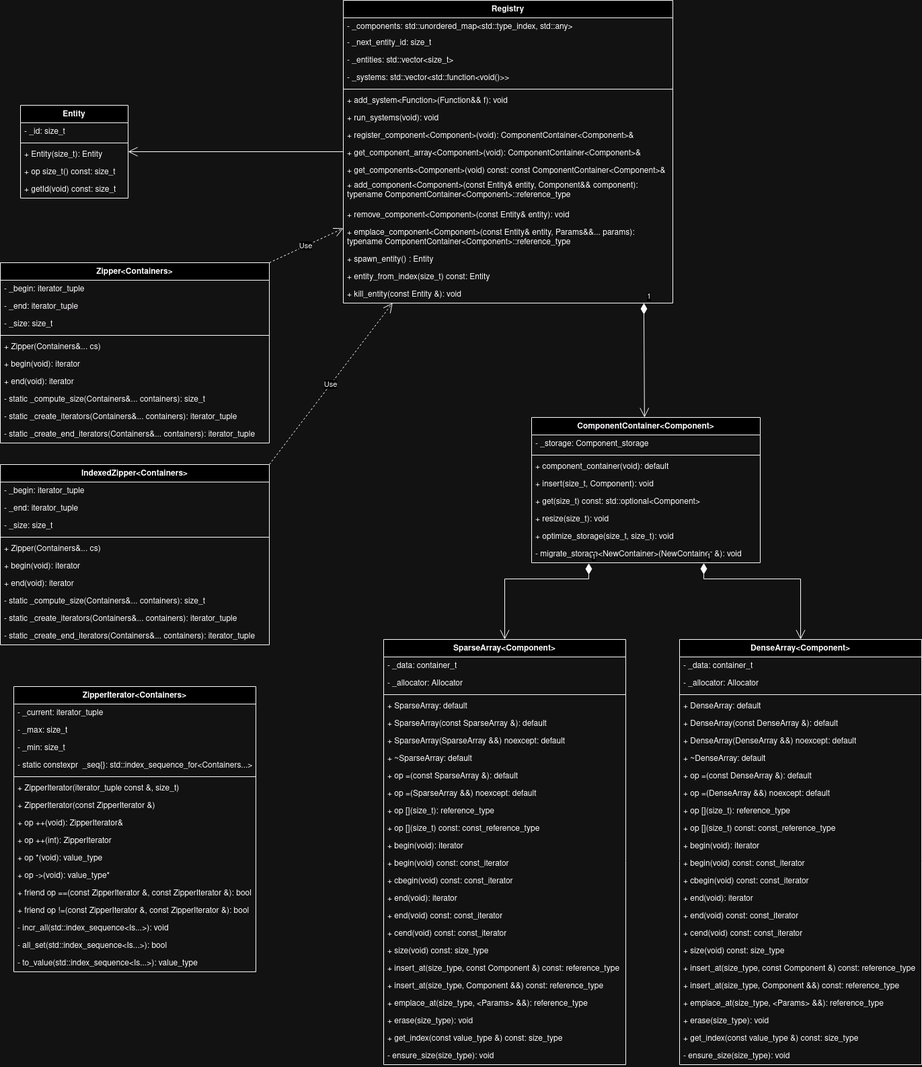
Above: docs/game_source/ECS/r-type-ECS.png in Hanra-s-work/rtype (draw.io), before the change. Source tidied: cells renumbered, new cells last; positions are measured from the earlier drawing's top-left corner, leaving out a move shared by most shapes.
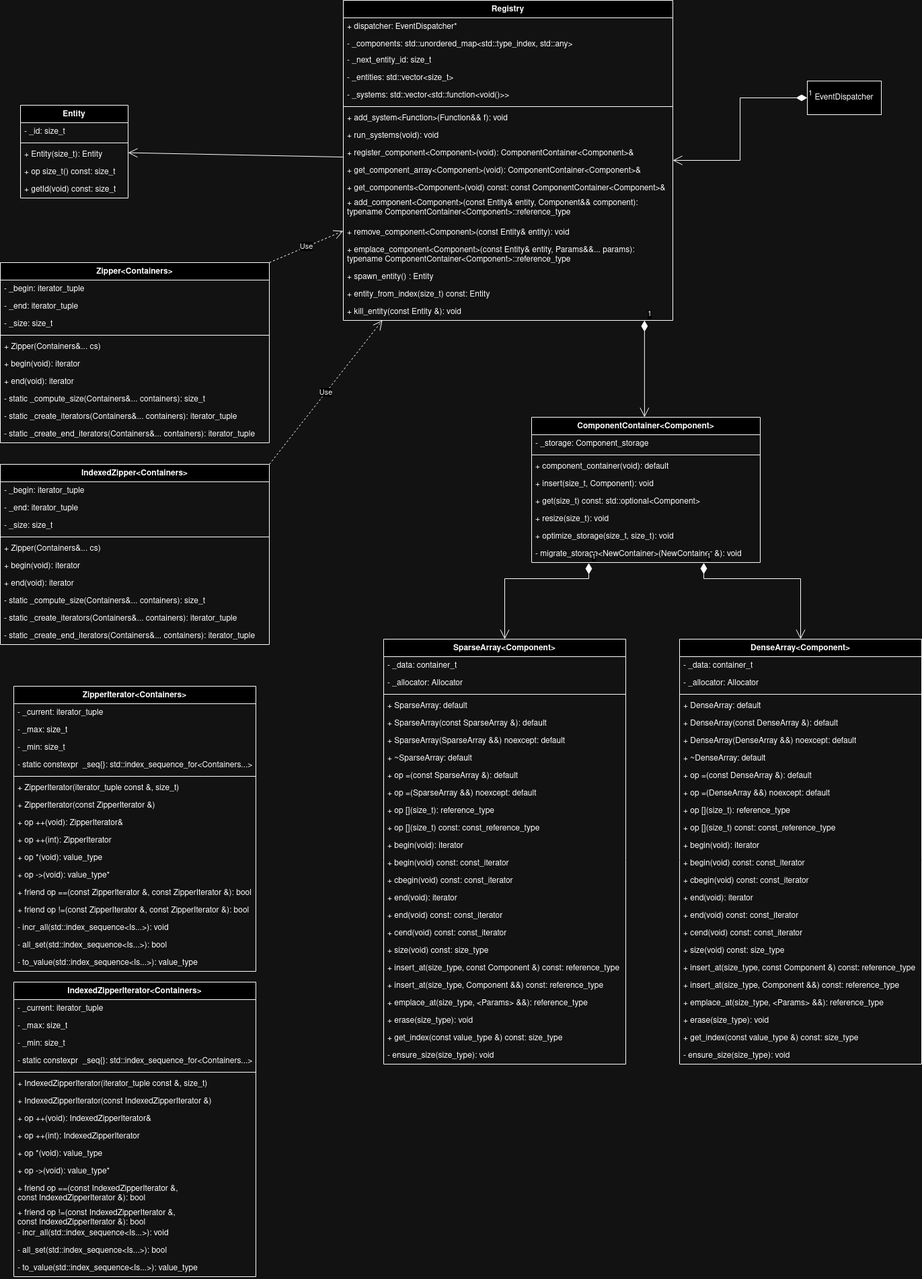
The same diagram one commit later.

Change to the diagram source:
```diff
@@ -96,55 +96,58 @@
       <mxGeometry y="606" width="360" height="26" as="geometry" />
     </mxCell>
     <mxCell id="33" value="Registry" style="swimlane;fontStyle=1;align=center;verticalAlign=top;horizontal=1;startSize=26;whiteSpace=wrap;html=1;" parent="1" vertex="1">
-      <mxGeometry x="510" width="490" height="450" as="geometry" />
+      <mxGeometry x="510" width="490" height="476" as="geometry" />
     </mxCell>
+    <mxCell id="129" value="+ dispatcher: EventDispatcher*" style="text;strokeColor=none;fillColor=none;align=left;verticalAlign=top;spacingLeft=4;spacingRight=4;overflow=hidden;whiteSpace=wrap;html=1;" parent="33" vertex="1">
+      <mxGeometry y="26" width="490" height="26" as="geometry" />
+    </mxCell>
     <mxCell id="34" value="- _components: std::unordered_map&amp;lt;std::type_index, std::any&amp;gt;" style="text;strokeColor=none;fillColor=none;align=left;verticalAlign=top;spacingLeft=4;spacingRight=4;overflow=hidden;whiteSpace=wrap;html=1;" parent="33" vertex="1">
-      <mxGeometry y="26" width="490" height="24" as="geometry" />
+      <mxGeometry y="52" width="490" height="24" as="geometry" />
     </mxCell>
     <mxCell id="35" value="- _next_entity_id: size_t" style="text;strokeColor=none;fillColor=none;align=left;verticalAlign=top;spacingLeft=4;spacingRight=4;overflow=hidden;whiteSpace=wrap;html=1;" parent="33" vertex="1">
-      <mxGeometry y="50" width="490" height="26" as="geometry" />
+      <mxGeometry y="76" width="490" height="26" as="geometry" />
     </mxCell>
     <mxCell id="36" value="- _entities: std::vector&amp;lt;size_t&amp;gt;" style="text;strokeColor=none;fillColor=none;align=left;verticalAlign=top;spacingLeft=4;spacingRight=4;overflow=hidden;whiteSpace=wrap;html=1;" parent="33" vertex="1">
-      <mxGeometry y="76" width="490" height="26" as="geometry" />
+      <mxGeometry y="102" width="490" height="26" as="geometry" />
     </mxCell>
     <mxCell id="37" value="- _systems: std::vector&amp;lt;std::function&amp;lt;&lt;span class=&quot;hljs-type&quot;&gt;void&lt;/span&gt;()&amp;gt;&amp;gt;" style="text;strokeColor=none;fillColor=none;align=left;verticalAlign=top;spacingLeft=4;spacingRight=4;overflow=hidden;whiteSpace=wrap;html=1;" parent="33" vertex="1">
-      <mxGeometry y="102" width="490" height="26" as="geometry" />
+      <mxGeometry y="128" width="490" height="26" as="geometry" />
     </mxCell>
     <mxCell id="38" style="line;strokeWidth=1;fillColor=none;align=left;verticalAlign=middle;spacingTop=-1;spacingLeft=3;spacingRight=3;labelPosition=right;strokeColor=inherit;" parent="33" vertex="1">
-      <mxGeometry y="128" width="490" height="8" as="geometry" />
+      <mxGeometry y="154" width="490" height="8" as="geometry" />
     </mxCell>
     <mxCell id="39" value="&lt;span class=&quot;hljs-type&quot;&gt;+ &lt;/span&gt;&lt;span class=&quot;hljs-title&quot;&gt;add_system&amp;lt;Function&amp;gt;&lt;/span&gt;&lt;span class=&quot;hljs-params&quot;&gt;(Function&amp;amp;&amp;amp; f): void&lt;br&gt;&lt;/span&gt;" style="text;strokeColor=none;fillColor=none;align=left;verticalAlign=top;spacingLeft=4;spacingRight=4;overflow=hidden;whiteSpace=wrap;html=1;" parent="33" vertex="1">
-      <mxGeometry y="136" width="490" height="26" as="geometry" />
+      <mxGeometry y="162" width="490" height="26" as="geometry" />
     </mxCell>
     <mxCell id="40" value="+ &lt;span class=&quot;hljs-title&quot;&gt;run_systems&lt;/span&gt;&lt;span class=&quot;hljs-params&quot;&gt;(void): void&lt;br&gt;&lt;/span&gt;" style="text;strokeColor=none;fillColor=none;align=left;verticalAlign=top;spacingLeft=4;spacingRight=4;overflow=hidden;whiteSpace=wrap;html=1;" parent="33" vertex="1">
-      <mxGeometry y="162" width="490" height="26" as="geometry" />
+      <mxGeometry y="188" width="490" height="26" as="geometry" />
     </mxCell>
     <mxCell id="41" value="&lt;span class=&quot;hljs-function&quot;&gt;+ &lt;/span&gt;&lt;span class=&quot;hljs-function&quot;&gt;&lt;span class=&quot;hljs-title&quot;&gt;register_component&lt;/span&gt;&lt;span class=&quot;hljs-params&quot;&gt;&amp;lt;Component&amp;gt;(void)&lt;/span&gt;&lt;/span&gt;&lt;span class=&quot;hljs-function&quot;&gt;: ComponentContainer&amp;lt;Component&amp;gt;&amp;amp;&lt;/span&gt;" style="text;strokeColor=none;fillColor=none;align=left;verticalAlign=top;spacingLeft=4;spacingRight=4;overflow=hidden;whiteSpace=wrap;html=1;" parent="33" vertex="1">
-      <mxGeometry y="188" width="490" height="26" as="geometry" />
+      <mxGeometry y="214" width="490" height="26" as="geometry" />
     </mxCell>
     <mxCell id="42" value="+ get_component_array&amp;lt;Component&amp;gt;(void): ComponentContainer&amp;lt;Component&amp;gt;&amp;amp;" style="text;strokeColor=none;fillColor=none;align=left;verticalAlign=top;spacingLeft=4;spacingRight=4;overflow=hidden;whiteSpace=wrap;html=1;" parent="33" vertex="1">
-      <mxGeometry y="214" width="490" height="26" as="geometry" />
+      <mxGeometry y="240" width="490" height="26" as="geometry" />
     </mxCell>
     <mxCell id="43" value="+ &lt;span class=&quot;hljs-title&quot;&gt;get_components&amp;lt;Component&amp;gt;&lt;/span&gt;&lt;span class=&quot;hljs-params&quot;&gt;(void)&lt;/span&gt; &lt;span class=&quot;hljs-type&quot;&gt;const&lt;/span&gt;: &lt;span class=&quot;hljs-type&quot;&gt;const&lt;/span&gt; ComponentContainer&amp;lt;Component&amp;gt;&amp;amp;" style="text;strokeColor=none;fillColor=none;align=left;verticalAlign=top;spacingLeft=4;spacingRight=4;overflow=hidden;whiteSpace=wrap;html=1;" parent="33" vertex="1">
-      <mxGeometry y="240" width="490" height="22" as="geometry" />
+      <mxGeometry y="266" width="490" height="22" as="geometry" />
     </mxCell>
     <mxCell id="44" value="+ &lt;span class=&quot;hljs-function&quot;&gt;&lt;span class=&quot;hljs-title&quot;&gt;add_component&lt;/span&gt;&lt;span class=&quot;hljs-params&quot;&gt;&amp;lt;Component&amp;gt;(&lt;span class=&quot;hljs-type&quot;&gt;const&lt;/span&gt; &lt;span class=&quot;hljs-type&quot;&gt;Entity&lt;/span&gt;&amp;amp; entity, Component&amp;amp;&amp;amp; component): &lt;/span&gt;&lt;/span&gt;&lt;span class=&quot;hljs-keyword&quot;&gt;typename&lt;/span&gt; ComponentContainer&amp;lt;Component&amp;gt;::&lt;span class=&quot;hljs-function&quot;&gt;reference_type&lt;/span&gt;" style="text;strokeColor=none;fillColor=none;align=left;verticalAlign=top;spacingLeft=4;spacingRight=4;overflow=hidden;whiteSpace=wrap;html=1;" parent="33" vertex="1">
-      <mxGeometry y="262" width="490" height="44" as="geometry" />
+      <mxGeometry y="288" width="490" height="44" as="geometry" />
     </mxCell>
     <mxCell id="45" value="+ &lt;span class=&quot;hljs-title&quot;&gt;remove_component&amp;lt;Component&amp;gt;&lt;/span&gt;&lt;span class=&quot;hljs-params&quot;&gt;(&lt;span class=&quot;hljs-type&quot;&gt;const&lt;/span&gt; &lt;span class=&quot;hljs-type&quot;&gt;Entity&lt;/span&gt;&amp;amp; entity): void&lt;br&gt;&lt;/span&gt;" style="text;strokeColor=none;fillColor=none;align=left;verticalAlign=top;spacingLeft=4;spacingRight=4;overflow=hidden;whiteSpace=wrap;html=1;" parent="33" vertex="1">
-      <mxGeometry y="306" width="490" height="26" as="geometry" />
+      <mxGeometry y="332" width="490" height="26" as="geometry" />
     </mxCell>
     <mxCell id="46" value="+ &lt;span class=&quot;hljs-function&quot;&gt;&lt;span class=&quot;hljs-title&quot;&gt;emplace_component&amp;lt;Component&amp;gt;&lt;/span&gt;&lt;span class=&quot;hljs-params&quot;&gt;(&lt;span class=&quot;hljs-type&quot;&gt;const&lt;/span&gt; Entity&amp;amp; entity, Params&amp;amp;&amp;amp;... params): &lt;/span&gt;&lt;/span&gt;&lt;span class=&quot;hljs-keyword&quot;&gt;typename&lt;/span&gt; ComponentContainer&amp;lt;Component&amp;gt;::&lt;span class=&quot;hljs-function&quot;&gt;reference_type&lt;/span&gt;" style="text;strokeColor=none;fillColor=none;align=left;verticalAlign=top;spacingLeft=4;spacingRight=4;overflow=hidden;whiteSpace=wrap;html=1;" parent="33" vertex="1">
-      <mxGeometry y="332" width="490" height="40" as="geometry" />
+      <mxGeometry y="358" width="490" height="40" as="geometry" />
     </mxCell>
     <mxCell id="47" value="+ &lt;span class=&quot;hljs-title&quot;&gt;spawn_entity&lt;/span&gt;&lt;span class=&quot;hljs-params&quot;&gt;() : Entity&lt;br&gt;&lt;/span&gt;" style="text;strokeColor=none;fillColor=none;align=left;verticalAlign=top;spacingLeft=4;spacingRight=4;overflow=hidden;whiteSpace=wrap;html=1;" parent="33" vertex="1">
-      <mxGeometry y="372" width="490" height="26" as="geometry" />
+      <mxGeometry y="398" width="490" height="26" as="geometry" />
     </mxCell>
     <mxCell id="48" value="+ &lt;span class=&quot;hljs-title&quot;&gt;entity_from_index&lt;/span&gt;&lt;span class=&quot;hljs-params&quot;&gt;(&lt;span class=&quot;hljs-type&quot;&gt;size_t&lt;/span&gt;)&lt;/span&gt; const: Entity" style="text;strokeColor=none;fillColor=none;align=left;verticalAlign=top;spacingLeft=4;spacingRight=4;overflow=hidden;whiteSpace=wrap;html=1;" parent="33" vertex="1">
-      <mxGeometry y="398" width="490" height="26" as="geometry" />
+      <mxGeometry y="424" width="490" height="26" as="geometry" />
     </mxCell>
     <mxCell id="49" value="+ &lt;span class=&quot;hljs-title&quot;&gt;kill_entity&lt;/span&gt;&lt;span class=&quot;hljs-params&quot;&gt;(&lt;span class=&quot;hljs-type&quot;&gt;const&lt;/span&gt; &lt;span class=&quot;hljs-type&quot;&gt;Entity &amp;amp;)&lt;/span&gt;&lt;/span&gt;: void" style="text;strokeColor=none;fillColor=none;align=left;verticalAlign=top;spacingLeft=4;spacingRight=4;overflow=hidden;whiteSpace=wrap;html=1;" parent="33" vertex="1">
-      <mxGeometry y="424" width="490" height="26" as="geometry" />
+      <mxGeometry y="450" width="490" height="26" as="geometry" />
     </mxCell>
     <mxCell id="50" value="ZipperIterator&amp;lt;Containers&amp;gt;" style="swimlane;fontStyle=1;align=center;verticalAlign=top;horizontal=1;startSize=26;whiteSpace=wrap;html=1;" parent="1" vertex="1">
       <mxGeometry x="20" y="1020" width="360" height="424" as="geometry" />
@@ -399,5 +402,62 @@
     <mxCell id="128" style="endArrow=open;endFill=1;endSize=12;html=1;rounded=0;" parent="1" edge="1" source="33" target="2">
       <mxGeometry relative="1" as="geometry" />
     </mxCell>
+    <mxCell id="130" value="IndexedZipperIterator&amp;lt;Containers&amp;gt;" style="swimlane;fontStyle=1;align=center;verticalAlign=top;horizontal=1;startSize=26;whiteSpace=wrap;html=1;" parent="1" vertex="1">
+      <mxGeometry x="20" y="1460" width="360" height="438" as="geometry" />
+    </mxCell>
+    <mxCell id="131" value="- _current: iterator_tuple" style="text;strokeColor=none;fillColor=none;align=left;verticalAlign=top;spacingLeft=4;spacingRight=4;overflow=hidden;whiteSpace=wrap;html=1;" parent="130" vertex="1">
+      <mxGeometry y="26" width="360" height="26" as="geometry" />
+    </mxCell>
+    <mxCell id="132" value="- _max: size_t" style="text;strokeColor=none;fillColor=none;align=left;verticalAlign=top;spacingLeft=4;spacingRight=4;overflow=hidden;whiteSpace=wrap;html=1;" parent="130" vertex="1">
+      <mxGeometry y="52" width="360" height="26" as="geometry" />
+    </mxCell>
+    <mxCell id="133" value="- _min: size_t" style="text;strokeColor=none;fillColor=none;align=left;verticalAlign=top;spacingLeft=4;spacingRight=4;overflow=hidden;whiteSpace=wrap;html=1;" parent="130" vertex="1">
+      <mxGeometry y="78" width="360" height="26" as="geometry" />
+    </mxCell>
+    <mxCell id="134" value="- &lt;span class=&quot;hljs-type&quot;&gt;static&lt;/span&gt; &lt;span class=&quot;hljs-keyword&quot;&gt;constexpr&lt;/span&gt;&amp;nbsp; _seq{}: std::index_sequence_for&amp;lt;Containers...&amp;gt;" style="text;strokeColor=none;fillColor=none;align=left;verticalAlign=top;spacingLeft=4;spacingRight=4;overflow=hidden;whiteSpace=wrap;html=1;" parent="130" vertex="1">
+      <mxGeometry y="104" width="360" height="26" as="geometry" />
+    </mxCell>
+    <mxCell id="135" style="line;strokeWidth=1;fillColor=none;align=left;verticalAlign=middle;spacingTop=-1;spacingLeft=3;spacingRight=3;labelPosition=right;strokeColor=inherit;" parent="130" vertex="1">
+      <mxGeometry y="130" width="360" height="8" as="geometry" />
+    </mxCell>
+    <mxCell id="136" value="+ Indexed&lt;span class=&quot;hljs-built_in&quot;&gt;ZipperIterator&lt;/span&gt;(iterator_tuple &lt;span class=&quot;hljs-type&quot;&gt;const&lt;/span&gt; &amp;amp;, &lt;span class=&quot;hljs-type&quot;&gt;size_t&lt;/span&gt;)" style="text;strokeColor=none;fillColor=none;align=left;verticalAlign=top;spacingLeft=4;spacingRight=4;overflow=hidden;whiteSpace=wrap;html=1;" parent="130" vertex="1">
+      <mxGeometry y="138" width="360" height="26" as="geometry" />
+    </mxCell>
+    <mxCell id="137" value="+ IndexedZ&lt;span class=&quot;hljs-built_in&quot;&gt;ipperIterator&lt;/span&gt;(&lt;span class=&quot;hljs-type&quot;&gt;const&lt;/span&gt; IndexedZipperIterator &amp;amp;)" style="text;strokeColor=none;fillColor=none;align=left;verticalAlign=top;spacingLeft=4;spacingRight=4;overflow=hidden;whiteSpace=wrap;html=1;" parent="130" vertex="1">
+      <mxGeometry y="164" width="360" height="26" as="geometry" />
+    </mxCell>
+    <mxCell id="138" value="+ op ++(void): IndexedZipperIterator&amp;amp;" style="text;strokeColor=none;fillColor=none;align=left;verticalAlign=top;spacingLeft=4;spacingRight=4;overflow=hidden;whiteSpace=wrap;html=1;" parent="130" vertex="1">
+      <mxGeometry y="190" width="360" height="26" as="geometry" />
+    </mxCell>
+    <mxCell id="139" value="+ op ++(int): IndexedZipperIterator" style="text;strokeColor=none;fillColor=none;align=left;verticalAlign=top;spacingLeft=4;spacingRight=4;overflow=hidden;whiteSpace=wrap;html=1;" parent="130" vertex="1">
+      <mxGeometry y="216" width="360" height="26" as="geometry" />
+    </mxCell>
+    <mxCell id="140" value="+ op *(void): value_type" style="text;strokeColor=none;fillColor=none;align=left;verticalAlign=top;spacingLeft=4;spacingRight=4;overflow=hidden;whiteSpace=wrap;html=1;" parent="130" vertex="1">
+      <mxGeometry y="242" width="360" height="26" as="geometry" />
+    </mxCell>
+    <mxCell id="141" value="+ op -&amp;gt;(void): value_type*" style="text;strokeColor=none;fillColor=none;align=left;verticalAlign=top;spacingLeft=4;spacingRight=4;overflow=hidden;whiteSpace=wrap;html=1;" parent="130" vertex="1">
+      <mxGeometry y="268" width="360" height="26" as="geometry" />
+    </mxCell>
+    <mxCell id="142" value="+ friend op ==(&lt;span class=&quot;hljs-type&quot;&gt;const&lt;/span&gt;&amp;nbsp;IndexedZipperIterator &amp;amp;, &lt;span class=&quot;hljs-type&quot;&gt;const&lt;/span&gt;&amp;nbsp;IndexedZipperIterator &amp;amp;): bool" style="text;strokeColor=none;fillColor=none;align=left;verticalAlign=top;spacingLeft=4;spacingRight=4;overflow=hidden;whiteSpace=wrap;html=1;" parent="130" vertex="1">
+      <mxGeometry y="294" width="360" height="36" as="geometry" />
+    </mxCell>
+    <mxCell id="143" value="+ &lt;span class=&quot;hljs-keyword&quot;&gt;friend&lt;/span&gt; &lt;span class=&quot;hljs-keyword&quot;&gt;op &lt;/span&gt;!=(&lt;span class=&quot;hljs-type&quot;&gt;const&lt;/span&gt;&amp;nbsp;IndexedZipperIterator &amp;amp;, &lt;span class=&quot;hljs-type&quot;&gt;const&lt;/span&gt;&amp;nbsp;IndexedZipperIterator &amp;amp;): bool" style="text;strokeColor=none;fillColor=none;align=left;verticalAlign=top;spacingLeft=4;spacingRight=4;overflow=hidden;whiteSpace=wrap;html=1;" parent="130" vertex="1">
+      <mxGeometry y="330" width="360" height="30" as="geometry" />
+    </mxCell>
+    <mxCell id="144" value="- &lt;span class=&quot;hljs-title&quot;&gt;incr_all&lt;/span&gt;&lt;span class=&quot;hljs-params&quot;&gt;(std::index_sequence&amp;lt;Is...&amp;gt;): void&lt;br&gt;&lt;/span&gt;" style="text;strokeColor=none;fillColor=none;align=left;verticalAlign=top;spacingLeft=4;spacingRight=4;overflow=hidden;whiteSpace=wrap;html=1;" parent="130" vertex="1">
+      <mxGeometry y="360" width="360" height="26" as="geometry" />
+    </mxCell>
+    <mxCell id="145" value="- &lt;span class=&quot;hljs-title&quot;&gt;all_set&lt;/span&gt;&lt;span class=&quot;hljs-params&quot;&gt;(std::index_sequence&amp;lt;Is...&amp;gt;)&lt;/span&gt;: bool" style="text;strokeColor=none;fillColor=none;align=left;verticalAlign=top;spacingLeft=4;spacingRight=4;overflow=hidden;whiteSpace=wrap;html=1;" parent="130" vertex="1">
+      <mxGeometry y="386" width="360" height="26" as="geometry" />
+    </mxCell>
+    <mxCell id="146" value="- &lt;span class=&quot;hljs-title&quot;&gt;to_value&lt;/span&gt;&lt;span class=&quot;hljs-params&quot;&gt;(std::index_sequence&amp;lt;Is...&amp;gt;): value_type&lt;br&gt;&lt;/span&gt;" style="text;strokeColor=none;fillColor=none;align=left;verticalAlign=top;spacingLeft=4;spacingRight=4;overflow=hidden;whiteSpace=wrap;html=1;" parent="130" vertex="1">
+      <mxGeometry y="412" width="360" height="26" as="geometry" />
+    </mxCell>
+    <mxCell id="147" value="EventDispatcher" style="html=1;whiteSpace=wrap;" parent="1" vertex="1">
+      <mxGeometry x="1200" y="120" width="110" height="50" as="geometry" />
+    </mxCell>
+    <mxCell id="148" value="1" style="endArrow=open;html=1;endSize=12;startArrow=diamondThin;startSize=14;startFill=1;edgeStyle=orthogonalEdgeStyle;align=left;verticalAlign=bottom;rounded=0;" parent="1" edge="1" source="147" target="33">
+      <mxGeometry x="-1" y="3" relative="1" as="geometry" />
+    </mxCell>
   </root>
 </mxGraphModel>
```
